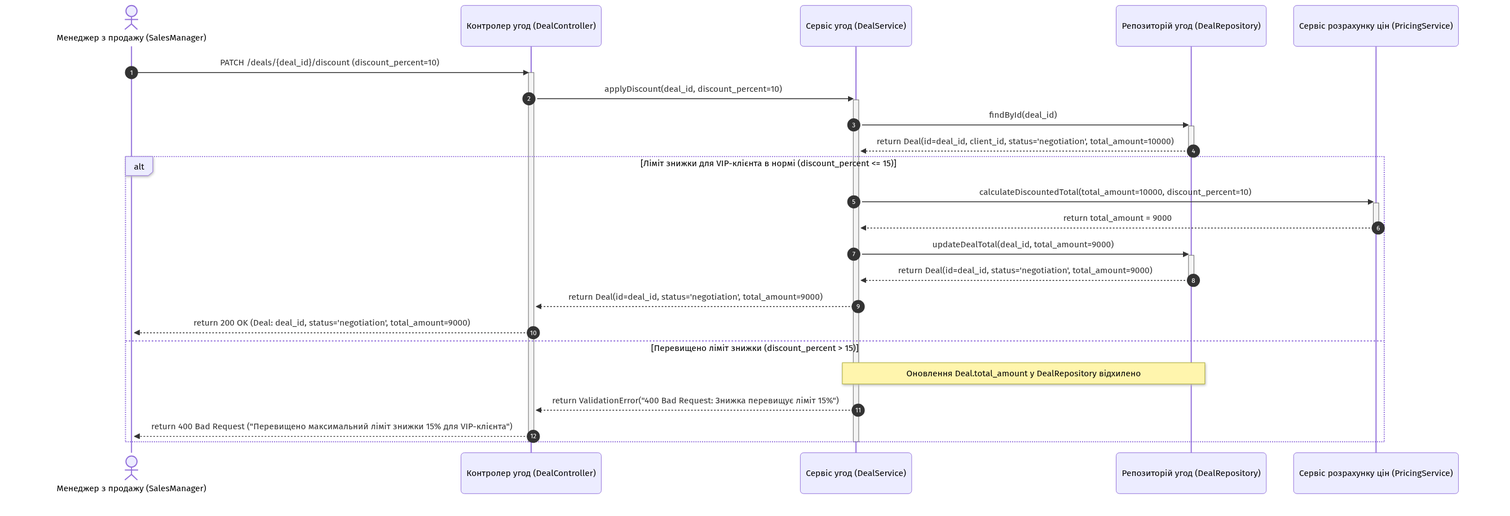
This is lab3/model/sc02-vip-discount.png from young3rrrr/KPI2, a Mermaid export, as it was before one commit. Its source is kept beside it as lab3/model/sc02-vip-discount.mmd. Source of this version:
```mermaid
sequenceDiagram
    autonumber
    actor SalesManager as Менеджер з продажу (SalesManager)
    participant DealController as Контролер угод (DealController)
    participant DealService as Сервіс угод (DealService)
    participant DealRepository as Репозиторій угод (DealRepository)
    participant PricingService as Сервіс розрахунку цін (PricingService)

    SalesManager->>DealController: PATCH /deals/{deal_id}/discount (discount_percent=10)
    activate DealController

    DealController->>DealService: applyDiscount(deal_id, discount_percent=10)
    activate DealService

    DealService->>DealRepository: findById(deal_id)
    activate DealRepository
    DealRepository-->>DealService: return Deal(id=deal_id, client_id, status='negotiation', total_amount=10000)
    deactivate DealRepository

    alt Ліміт знижки для VIP-клієнта в нормі (discount_percent <= 15)
        DealService->>PricingService: calculateDiscountedTotal(total_amount=10000, discount_percent=10)
        activate PricingService
        PricingService-->>DealService: return total_amount = 9000
        deactivate PricingService

        DealService->>DealRepository: updateDealTotal(deal_id, total_amount=9000)
        activate DealRepository
        DealRepository-->>DealService: return Deal(id=deal_id, status='negotiation', total_amount=9000)
        deactivate DealRepository

        DealService-->>DealController: return Deal(id=deal_id, status='negotiation', total_amount=9000)
        DealController-->>SalesManager: return 200 OK (Deal: deal_id, status='negotiation', total_amount=9000)
    else Перевищено ліміт знижки (discount_percent > 15)
        Note over DealService,DealRepository: Оновлення Deal.total_amount у DealRepository відхилено
        DealService-->>DealController: return ValidationError("400 Bad Request: Знижка перевищує ліміт 15%")
        DealController-->>SalesManager: return 400 Bad Request ("Перевищено максимальний ліміт знижки 15% для VIP-клієнта")
    end

    deactivate DealService
    deactivate DealController
```
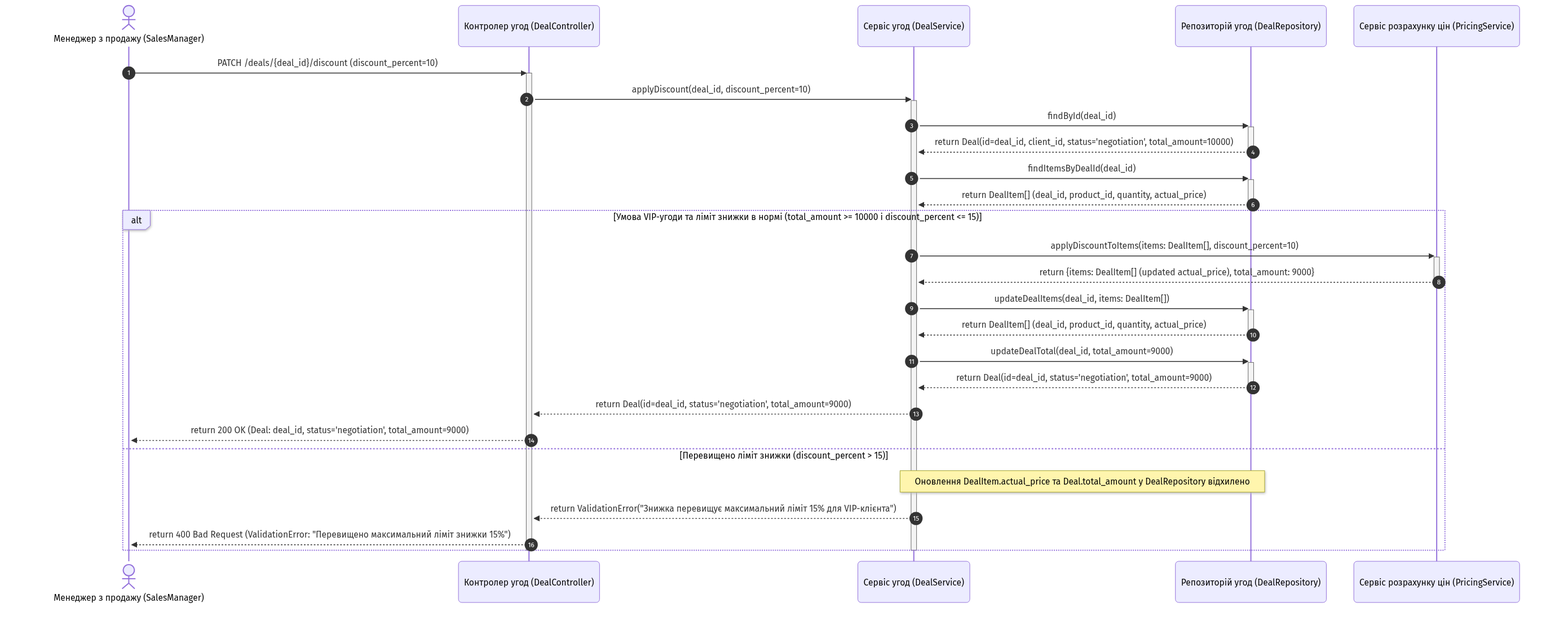
After the commit.

Commit message:
agent commit: update Sequence diagrams with DealItem discount calculation, break fragment and async email

What changed in the source:
```diff
@@ -17,11 +17,21 @@
     DealRepository-->>DealService: return Deal(id=deal_id, client_id, status='negotiation', total_amount=10000)
     deactivate DealRepository
 
-    alt Ліміт знижки для VIP-клієнта в нормі (discount_percent <= 15)
-        DealService->>PricingService: calculateDiscountedTotal(total_amount=10000, discount_percent=10)
+    DealService->>DealRepository: findItemsByDealId(deal_id)
+    activate DealRepository
+    DealRepository-->>DealService: return DealItem[] (deal_id, product_id, quantity, actual_price)
+    deactivate DealRepository
+
+    alt Умова VIP-угоди та ліміт знижки в нормі (total_amount >= 10000 і discount_percent <= 15)
+        DealService->>PricingService: applyDiscountToItems(items: DealItem[], discount_percent=10)
         activate PricingService
-        PricingService-->>DealService: return total_amount = 9000
+        PricingService-->>DealService: return {items: DealItem[] (updated actual_price), total_amount: 9000}
         deactivate PricingService
+
+        DealService->>DealRepository: updateDealItems(deal_id, items: DealItem[])
+        activate DealRepository
+        DealRepository-->>DealService: return DealItem[] (deal_id, product_id, quantity, actual_price)
+        deactivate DealRepository
 
         DealService->>DealRepository: updateDealTotal(deal_id, total_amount=9000)
         activate DealRepository
@@ -31,9 +41,9 @@
         DealService-->>DealController: return Deal(id=deal_id, status='negotiation', total_amount=9000)
         DealController-->>SalesManager: return 200 OK (Deal: deal_id, status='negotiation', total_amount=9000)
     else Перевищено ліміт знижки (discount_percent > 15)
-        Note over DealService,DealRepository: Оновлення Deal.total_amount у DealRepository відхилено
-        DealService-->>DealController: return ValidationError("400 Bad Request: Знижка перевищує ліміт 15%")
-        DealController-->>SalesManager: return 400 Bad Request ("Перевищено максимальний ліміт знижки 15% для VIP-клієнта")
+        Note over DealService,DealRepository: Оновлення DealItem.actual_price та Deal.total_amount у DealRepository відхилено
+        DealService-->>DealController: return ValidationError("Знижка перевищує максимальний ліміт 15% для VIP-клієнта")
+        DealController-->>SalesManager: return 400 Bad Request (ValidationError: "Перевищено максимальний ліміт знижки 15%")
     end
 
     deactivate DealService
```
